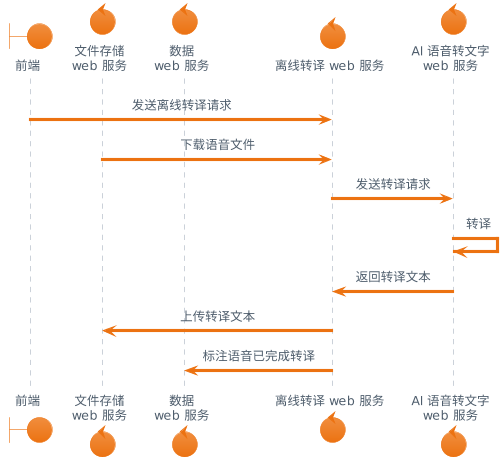
The PlantUML diagram docs/业务流程图.png in paion-data/galileo, before a commit. Source of this version:
```plantuml
@startuml
!theme aws-orange
skinparam sequenceMessageAlign center

boundary    "前端"      as UI

control     “文件存储\nweb 服务”         as ossWeb
control     “数据\nweb 服务”         as dataWeb
control     "离线转译 web 服务"       as transcribeWeb
control     “AI 语音转文字\nweb 服务” as ai

UI -> transcribeWeb: 发送离线转译请求
ossWeb -> transcribeWeb: 下载语音文件
transcribeWeb -> ai: 发送转译请求

ai -> ai   : 转译
ai -> transcribeWeb: 返回转译文本
transcribeWeb -> ossWeb: 上传转译文本
transcribeWeb -> dataWeb: 标注语音已完成转译
@enduml
```
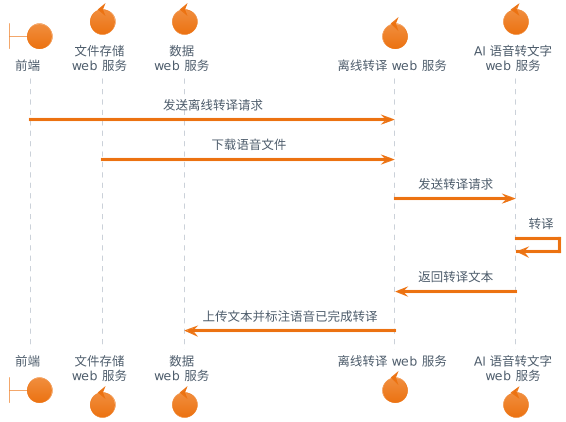
The same file after the commit.

Commit message:
更新业务流程图

What changed in the source:
```diff
@@ -15,6 +15,5 @@
 
 ai -> ai   : 转译
 ai -> transcribeWeb: 返回转译文本
-transcribeWeb -> ossWeb: 上传转译文本
-transcribeWeb -> dataWeb: 标注语音已完成转译
+transcribeWeb -> dataWeb: 上传文本并标注语音已完成转译
 @enduml
```
